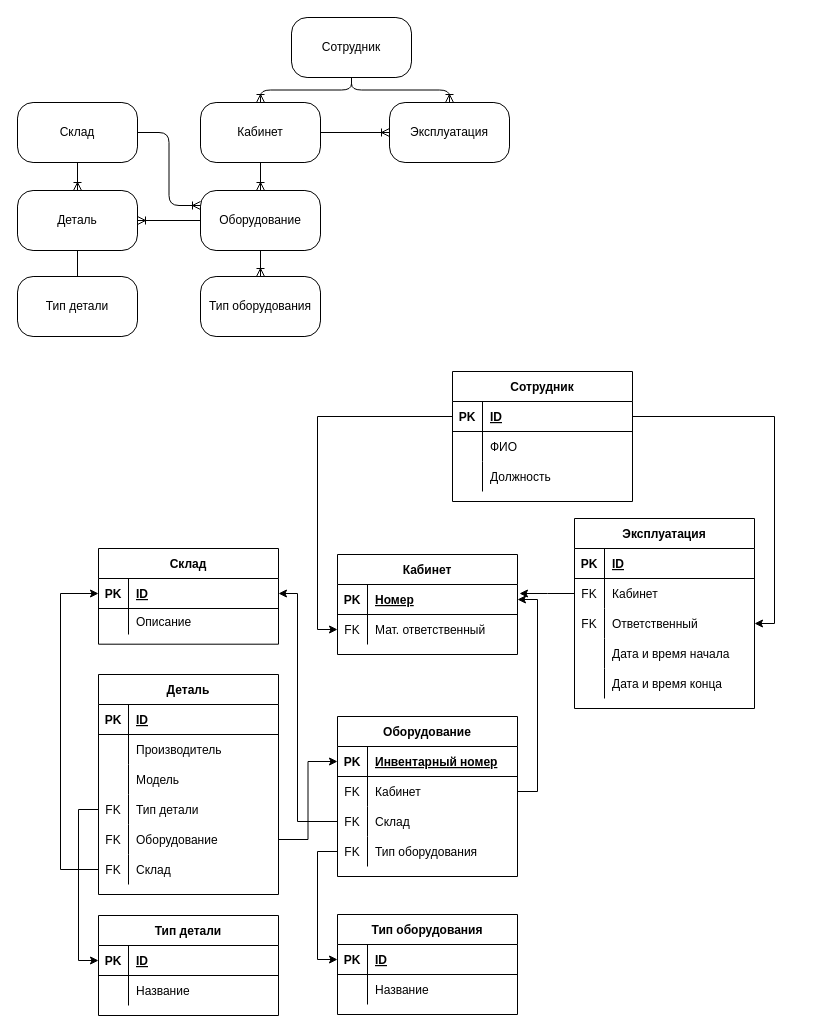
Before: Practice.drawio in psrar/practice, a draw.io diagram. Source tidied: cells renumbered, new cells numbered last; positions are measured from the earlier drawing's top-left corner, leaving out a move shared by most shapes. Both pictures are drawn from the tidied source at 100%, with x=0, y=0 at pixel (17, 17).
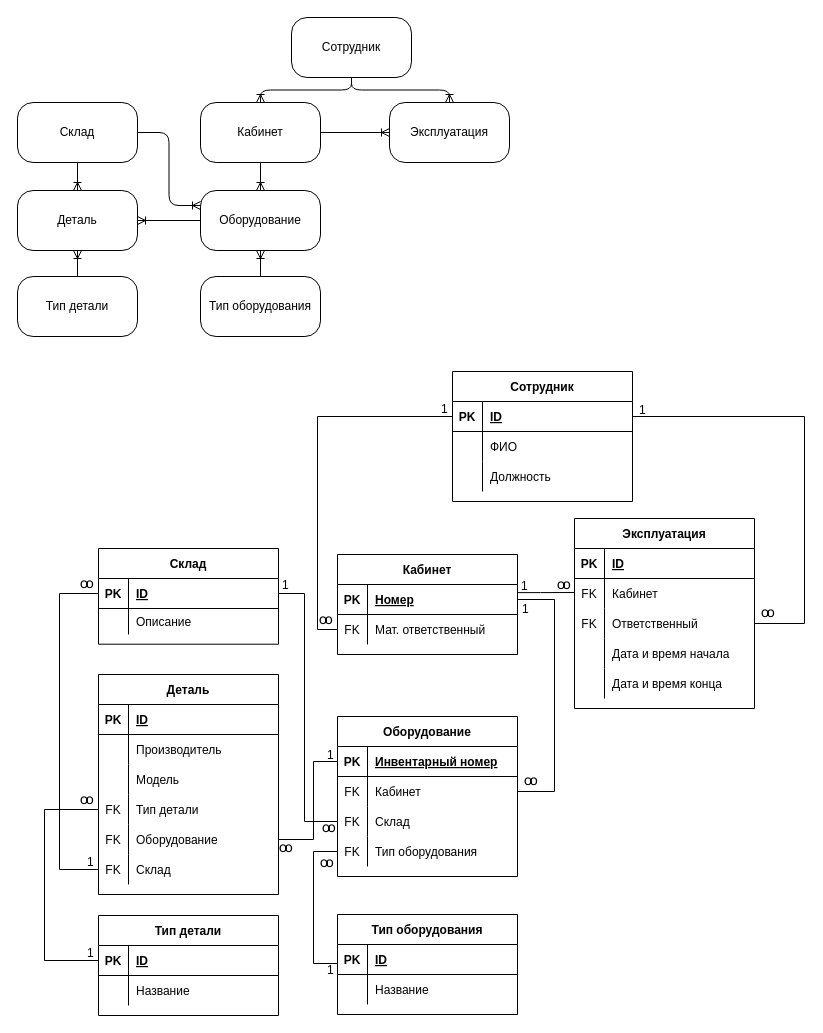
The same page after the edit.

The change refers to these unchanged cells:
```xml
<mxCell id="3" value="Тип оборудования" style="rounded=1;whiteSpace=wrap;html=1;arcSize=26;" parent="1" vertex="1">
  <mxGeometry x="183" y="259" width="120" height="60" as="geometry" />
</mxCell>
<mxCell id="4" value="Оборудование" style="rounded=1;whiteSpace=wrap;html=1;arcSize=26;" parent="1" vertex="1">
  <mxGeometry x="183" y="173" width="120" height="60" as="geometry" />
</mxCell>
<mxCell id="7" value="Деталь" style="rounded=1;whiteSpace=wrap;html=1;arcSize=26;" parent="1" vertex="1">
  <mxGeometry y="173" width="120" height="60" as="geometry" />
</mxCell>
<mxCell id="10" value="Тип детали" style="rounded=1;whiteSpace=wrap;html=1;arcSize=26;" parent="1" vertex="1">
  <mxGeometry y="259" width="120" height="60" as="geometry" />
</mxCell>
<mxCell id="20" style="shape=partialRectangle;fillColor=none;top=0;left=0;bottom=1;right=0;points=[[0,0.5],[1,0.5]];portConstraint=eastwest;" parent="19" vertex="1">
  <mxGeometry y="30" width="180" height="30" as="geometry" />
</mxCell>
<mxCell id="30" style="shape=partialRectangle;fillColor=none;top=0;left=0;bottom=1;right=0;points=[[0,0.5],[1,0.5]];portConstraint=eastwest;" parent="29" vertex="1">
  <mxGeometry y="30" width="180" height="30" as="geometry" />
</mxCell>
<mxCell id="33" style="shape=partialRectangle;fillColor=none;top=0;left=0;bottom=0;right=0;points=[[0,0.5],[1,0.5]];portConstraint=eastwest;" parent="29" vertex="1">
  <mxGeometry y="60" width="180" height="30" as="geometry" />
</mxCell>
<mxCell id="37" style="shape=partialRectangle;fillColor=none;top=0;left=0;bottom=1;right=0;points=[[0,0.5],[1,0.5]];portConstraint=eastwest;" parent="36" vertex="1">
  <mxGeometry y="30" width="180" height="30" as="geometry" />
</mxCell>
<mxCell id="40" style="shape=partialRectangle;fillColor=none;top=0;left=0;bottom=0;right=0;points=[[0,0.5],[1,0.5]];portConstraint=eastwest;" parent="36" vertex="1">
  <mxGeometry y="60" width="180" height="30" as="geometry" />
</mxCell>
<mxCell id="43" style="shape=partialRectangle;fillColor=none;top=0;left=0;bottom=0;right=0;points=[[0,0.5],[1,0.5]];portConstraint=eastwest;" parent="36" vertex="1">
  <mxGeometry y="90" width="180" height="30" as="geometry" />
</mxCell>
<mxCell id="46" style="shape=partialRectangle;fillColor=none;top=0;left=0;bottom=0;right=0;points=[[0,0.5],[1,0.5]];portConstraint=eastwest;" parent="36" vertex="1">
  <mxGeometry y="120" width="180" height="30" as="geometry" />
</mxCell>
<mxCell id="50" style="shape=partialRectangle;fillColor=none;top=0;left=0;bottom=1;right=0;points=[[0,0.5],[1,0.5]];portConstraint=eastwest;" parent="49" vertex="1">
  <mxGeometry y="30" width="180" height="30" as="geometry" />
</mxCell>
<mxCell id="66" style="shape=partialRectangle;fillColor=none;top=0;left=0;bottom=0;right=0;points=[[0,0.5],[1,0.5]];portConstraint=eastwest;" parent="56" vertex="1">
  <mxGeometry y="120" width="180" height="30" as="geometry" />
</mxCell>
<mxCell id="69" style="shape=partialRectangle;fillColor=none;top=0;left=0;bottom=0;right=0;points=[[0,0.5],[1,0.5]];portConstraint=eastwest;" parent="56" vertex="1">
  <mxGeometry y="150" width="180" height="30" as="geometry" />
</mxCell>
<mxCell id="72" style="shape=partialRectangle;fillColor=none;top=0;left=0;bottom=0;right=0;points=[[0,0.5],[1,0.5]];portConstraint=eastwest;" parent="56" vertex="1">
  <mxGeometry y="180" width="180" height="30" as="geometry" />
</mxCell>
<mxCell id="76" style="shape=partialRectangle;fillColor=none;top=0;left=0;bottom=1;right=0;points=[[0,0.5],[1,0.5]];portConstraint=eastwest;" parent="75" vertex="1">
  <mxGeometry y="30" width="180" height="30" as="geometry" />
</mxCell>
<mxCell id="83" style="shape=partialRectangle;fillColor=none;top=0;left=0;bottom=1;right=0;points=[[0,0.5],[1,0.5]];portConstraint=eastwest;" parent="82" vertex="1">
  <mxGeometry y="30" width="180" height="30" as="geometry" />
</mxCell>
<mxCell id="93" style="shape=partialRectangle;fillColor=none;top=0;left=0;bottom=0;right=0;points=[[0,0.5],[1,0.5]];portConstraint=eastwest;" parent="89" vertex="1">
  <mxGeometry y="60" width="180" height="30" as="geometry" />
</mxCell>
<mxCell id="96" style="shape=partialRectangle;fillColor=none;top=0;left=0;bottom=0;right=0;points=[[0,0.5],[1,0.5]];portConstraint=eastwest;" parent="89" vertex="1">
  <mxGeometry y="90" width="180" height="30" as="geometry" />
</mxCell>
```

Change to the diagram source:
```diff
@@
-    <mxCell id="11" style="fontSize=12;html=1;endArrow=ERoneToMany;" parent="1" edge="1" source="4" target="3">
+    <mxCell id="11" style="fontSize=12;html=1;endArrow=ERoneToMany;" parent="1" edge="1" source="3" target="4">
       <mxGeometry relative="1" as="geometry" />
     </mxCell>
@@
-    <mxCell id="17" style="endArrow=none;html=1;rounded=0;" parent="1" edge="1" source="10" target="7">
-      <mxGeometry relative="1" as="geometry" />
-    </mxCell>
@@
+    <mxCell id="17" style="fontSize=12;html=1;endArrow=ERoneToMany;entryX=0.5;entryY=1;entryDx=0;entryDy=0;exitX=0.5;exitY=0;exitDx=0;exitDy=0;" parent="1" edge="1" source="10" target="7">
+      <mxGeometry relative="1" as="geometry" />
+    </mxCell>
-    <mxCell id="105" style="edgeStyle=orthogonalEdgeStyle;rounded=0;jettySize=auto;html=1;exitX=0;exitY=0.5;exitDx=0;exitDy=0;entryX=0;entryY=0.5;entryDx=0;entryDy=0;" parent="1" edge="1" source="20" target="33">
-      <mxGeometry relative="1" as="geometry" />
+    <mxCell id="105" style="endArrow=none;html=1;rounded=0;entryX=0;entryY=0.5;entryDx=0;entryDy=0;edgeStyle=orthogonalEdgeStyle;exitX=0;exitY=0.5;exitDx=0;exitDy=0;" parent="1" edge="1" source="20" target="33">
+      <mxGeometry relative="1" as="geometry">
+        <Array as="points">
+          <mxPoint x="300" y="399" />
+          <mxPoint x="300" y="612" />
+        </Array>
+      </mxGeometry>
     </mxCell>
+    <mxCell id="114" value="1" style="html=1;align=left;verticalAlign=bottom;" parent="105" vertex="1">
+      <mxGeometry x="-1" relative="1" as="geometry">
+        <mxPoint x="-13" y="1" as="offset" />
+      </mxGeometry>
+    </mxCell>
+    <mxCell id="115" value="&lt;font style=&quot;font-size: 14px&quot;&gt;ꚙ&lt;/font&gt;" style="html=1;align=right;verticalAlign=bottom;" parent="105" vertex="1">
+      <mxGeometry x="1" relative="1" as="geometry">
+        <mxPoint x="-4" as="offset" />
+      </mxGeometry>
+    </mxCell>
-    <mxCell id="106" style="edgeStyle=orthogonalEdgeStyle;rounded=0;jettySize=auto;html=1;exitX=1;exitY=0.5;exitDx=0;exitDy=0;entryX=1;entryY=0.5;entryDx=0;entryDy=0;" parent="1" edge="1" source="20" target="96">
-      <mxGeometry relative="1" as="geometry" />
+    <mxCell id="106" style="endArrow=none;html=1;rounded=0;entryX=1;entryY=0.5;entryDx=0;entryDy=0;edgeStyle=orthogonalEdgeStyle;exitX=1;exitY=0.5;exitDx=0;exitDy=0;" parent="1" edge="1" source="20" target="96">
+      <mxGeometry relative="1" as="geometry">
+        <Array as="points">
+          <mxPoint x="787" y="399" />
+          <mxPoint x="787" y="606" />
+        </Array>
+      </mxGeometry>
     </mxCell>
-    <mxCell id="107" style="edgeStyle=orthogonalEdgeStyle;rounded=0;jettySize=auto;html=1;exitX=0;exitY=0.5;exitDx=0;exitDy=0;entryX=0;entryY=0.5;entryDx=0;entryDy=0;" parent="1" edge="1" source="46" target="50">
-      <mxGeometry relative="1" as="geometry" />
-    </mxCell>
-    <mxCell id="108" style="edgeStyle=orthogonalEdgeStyle;rounded=0;jettySize=auto;html=1;exitX=1;exitY=0.5;exitDx=0;exitDy=0;entryX=0;entryY=0.5;entryDx=0;entryDy=0;" parent="1" edge="1" source="69" target="37">
-      <mxGeometry relative="1" as="geometry" />
-    </mxCell>
-    <mxCell id="109" style="edgeStyle=orthogonalEdgeStyle;rounded=0;jettySize=auto;html=1;exitX=0;exitY=0.5;exitDx=0;exitDy=0;entryX=0;entryY=0.5;entryDx=0;entryDy=0;" parent="1" edge="1" source="66" target="76">
-      <mxGeometry relative="1" as="geometry" />
-    </mxCell>
+    <mxCell id="116" value="1" style="html=1;align=left;verticalAlign=bottom;" parent="106" vertex="1">
+      <mxGeometry x="-1" relative="1" as="geometry">
+        <mxPoint x="5" y="2" as="offset" />
+      </mxGeometry>
+    </mxCell>
+    <mxCell id="117" value="&lt;font style=&quot;font-size: 14px&quot;&gt;ꚙ&lt;/font&gt;" style="html=1;align=right;verticalAlign=bottom;" parent="106" vertex="1">
+      <mxGeometry x="1" relative="1" as="geometry">
+        <mxPoint x="21" y="-1" as="offset" />
+      </mxGeometry>
+    </mxCell>
+    <mxCell id="118" style="endArrow=none;html=1;rounded=0;edgeStyle=orthogonalEdgeStyle;exitX=0;exitY=0.5;exitDx=0;exitDy=0;entryX=0;entryY=0.5;entryDx=0;entryDy=0;" parent="1" edge="1" source="76" target="66">
+      <mxGeometry relative="1" as="geometry">
+        <Array as="points">
+          <mxPoint x="27" y="943" />
+          <mxPoint x="27" y="792" />
+        </Array>
+      </mxGeometry>
+    </mxCell>
+    <mxCell id="119" value="1" style="html=1;align=left;verticalAlign=bottom;" parent="118" vertex="1">
+      <mxGeometry x="-1" relative="1" as="geometry">
+        <mxPoint x="-13" y="1" as="offset" />
+      </mxGeometry>
+    </mxCell>
+    <mxCell id="120" value="&lt;font style=&quot;font-size: 14px&quot;&gt;ꚙ&lt;/font&gt;" style="html=1;align=right;verticalAlign=bottom;" parent="118" vertex="1">
+      <mxGeometry x="1" relative="1" as="geometry">
+        <mxPoint x="-4" as="offset" />
+      </mxGeometry>
+    </mxCell>
-    <mxCell id="110" style="edgeStyle=orthogonalEdgeStyle;rounded=0;jettySize=auto;html=1;exitX=0;exitY=0.5;exitDx=0;exitDy=0;entryX=0;entryY=0.5;entryDx=0;entryDy=0;" parent="1" edge="1" source="72" target="83">
+    <mxCell id="110" style="endArrow=none;html=1;rounded=0;edgeStyle=orthogonalEdgeStyle;exitX=0;exitY=0.5;exitDx=0;exitDy=0;entryX=0;entryY=0.5;entryDx=0;entryDy=0;" parent="1" edge="1" source="72" target="83">
       <mxGeometry relative="1" as="geometry">
         <Array as="points">
-          <mxPoint x="43" y="852" />
-          <mxPoint x="43" y="576" />
+          <mxPoint x="42" y="852" />
+          <mxPoint x="42" y="576" />
         </Array>
       </mxGeometry>
     </mxCell>
-    <mxCell id="111" style="edgeStyle=orthogonalEdgeStyle;rounded=0;jettySize=auto;html=1;exitX=0;exitY=0.5;exitDx=0;exitDy=0;" parent="1" edge="1" source="93">
-      <mxGeometry relative="1" as="geometry">
-        <mxPoint x="502" y="576" as="targetPoint" />
-      </mxGeometry>
-    </mxCell>
-    <mxCell id="112" style="edgeStyle=orthogonalEdgeStyle;rounded=0;jettySize=auto;html=1;exitX=0;exitY=0.5;exitDx=0;exitDy=0;entryX=1;entryY=0.5;entryDx=0;entryDy=0;" parent="1" edge="1" source="43" target="83">
-      <mxGeometry relative="1" as="geometry">
-        <Array as="points">
-          <mxPoint x="280" y="804" />
-          <mxPoint x="280" y="576" />
-        </Array>
-      </mxGeometry>
-    </mxCell>
-    <mxCell id="113" style="edgeStyle=orthogonalEdgeStyle;rounded=0;jettySize=auto;html=1;exitX=1;exitY=0.5;exitDx=0;exitDy=0;entryX=1;entryY=0.5;entryDx=0;entryDy=0;" parent="1" edge="1" source="40" target="30">
-      <mxGeometry relative="1" as="geometry" />
-    </mxCell>
+    <mxCell id="121" value="1" style="html=1;align=left;verticalAlign=bottom;" parent="110" vertex="1">
+      <mxGeometry x="-1" relative="1" as="geometry">
+        <mxPoint x="-13" y="1" as="offset" />
+      </mxGeometry>
+    </mxCell>
+    <mxCell id="122" value="&lt;font style=&quot;font-size: 14px&quot;&gt;ꚙ&lt;/font&gt;" style="html=1;align=right;verticalAlign=bottom;" parent="110" vertex="1">
+      <mxGeometry x="1" relative="1" as="geometry">
+        <mxPoint x="-4" as="offset" />
+      </mxGeometry>
+    </mxCell>
+    <mxCell id="123" style="endArrow=none;html=1;rounded=0;entryX=1;entryY=0.5;entryDx=0;entryDy=0;edgeStyle=orthogonalEdgeStyle;exitX=1;exitY=0.5;exitDx=0;exitDy=0;" parent="1" edge="1" source="30" target="40">
+      <mxGeometry relative="1" as="geometry">
+        <Array as="points">
+          <mxPoint x="537" y="582" />
+          <mxPoint x="537" y="774" />
+        </Array>
+      </mxGeometry>
+    </mxCell>
+    <mxCell id="124" value="1" style="html=1;align=left;verticalAlign=bottom;" parent="123" vertex="1">
+      <mxGeometry x="-1" relative="1" as="geometry">
+        <mxPoint x="3" y="18" as="offset" />
+      </mxGeometry>
+    </mxCell>
+    <mxCell id="125" value="&lt;font style=&quot;font-size: 14px&quot;&gt;ꚙ&lt;/font&gt;" style="html=1;align=right;verticalAlign=bottom;" parent="123" vertex="1">
+      <mxGeometry x="1" relative="1" as="geometry">
+        <mxPoint x="21" y="-1" as="offset" />
+      </mxGeometry>
+    </mxCell>
+    <mxCell id="126" style="endArrow=none;html=1;rounded=0;entryX=0;entryY=0.467;entryDx=0;entryDy=0;edgeStyle=orthogonalEdgeStyle;exitX=1;exitY=0.271;exitDx=0;exitDy=0;exitPerimeter=0;entryPerimeter=0;" parent="1" edge="1" source="30" target="93">
+      <mxGeometry relative="1" as="geometry">
+        <Array as="points">
+          <mxPoint x="523" y="575" />
+        </Array>
+      </mxGeometry>
+    </mxCell>
+    <mxCell id="127" value="1" style="html=1;align=left;verticalAlign=bottom;" parent="126" vertex="1">
+      <mxGeometry x="-1" relative="1" as="geometry">
+        <mxPoint x="2" y="2" as="offset" />
+      </mxGeometry>
+    </mxCell>
+    <mxCell id="128" value="&lt;font style=&quot;font-size: 14px&quot;&gt;ꚙ&lt;/font&gt;" style="html=1;align=right;verticalAlign=bottom;" parent="126" vertex="1">
+      <mxGeometry x="1" relative="1" as="geometry">
+        <mxPoint x="-3" y="2" as="offset" />
+      </mxGeometry>
+    </mxCell>
+    <mxCell id="129" style="endArrow=none;html=1;rounded=0;entryX=1;entryY=0.5;entryDx=0;entryDy=0;edgeStyle=orthogonalEdgeStyle;exitX=0;exitY=0.5;exitDx=0;exitDy=0;" parent="1" edge="1" source="37" target="69">
+      <mxGeometry relative="1" as="geometry">
+        <Array as="points">
+          <mxPoint x="296" y="744" />
+          <mxPoint x="296" y="822" />
+        </Array>
+      </mxGeometry>
+    </mxCell>
+    <mxCell id="130" value="1" style="html=1;align=left;verticalAlign=bottom;" parent="129" vertex="1">
+      <mxGeometry x="-1" relative="1" as="geometry">
+        <mxPoint x="-12" y="2" as="offset" />
+      </mxGeometry>
+    </mxCell>
+    <mxCell id="131" value="&lt;font style=&quot;font-size: 14px&quot;&gt;ꚙ&lt;/font&gt;" style="html=1;align=right;verticalAlign=bottom;" parent="129" vertex="1">
+      <mxGeometry x="1" relative="1" as="geometry">
+        <mxPoint x="15" y="18" as="offset" />
+      </mxGeometry>
+    </mxCell>
+    <mxCell id="132" style="endArrow=none;html=1;rounded=0;entryX=0;entryY=0.5;entryDx=0;entryDy=0;edgeStyle=orthogonalEdgeStyle;exitX=1;exitY=0.5;exitDx=0;exitDy=0;" parent="1" edge="1" source="83" target="43">
+      <mxGeometry relative="1" as="geometry">
+        <Array as="points">
+          <mxPoint x="287" y="576" />
+          <mxPoint x="287" y="804" />
+        </Array>
+      </mxGeometry>
+    </mxCell>
+    <mxCell id="133" value="1" style="html=1;align=left;verticalAlign=bottom;" parent="132" vertex="1">
+      <mxGeometry x="-1" relative="1" as="geometry">
+        <mxPoint x="2" as="offset" />
+      </mxGeometry>
+    </mxCell>
+    <mxCell id="134" value="&lt;font style=&quot;font-size: 14px&quot;&gt;ꚙ&lt;/font&gt;" style="html=1;align=right;verticalAlign=bottom;" parent="132" vertex="1">
+      <mxGeometry x="1" relative="1" as="geometry">
+        <mxPoint x="-1" y="16" as="offset" />
+      </mxGeometry>
+    </mxCell>
+    <mxCell id="135" style="endArrow=none;html=1;rounded=0;entryX=0;entryY=0.5;entryDx=0;entryDy=0;edgeStyle=orthogonalEdgeStyle;exitX=0;exitY=0.5;exitDx=0;exitDy=0;" parent="1" edge="1" source="50" target="46">
+      <mxGeometry relative="1" as="geometry">
+        <Array as="points">
+          <mxPoint x="320" y="946" />
+          <mxPoint x="296" y="946" />
+          <mxPoint x="296" y="834" />
+        </Array>
+      </mxGeometry>
+    </mxCell>
+    <mxCell id="136" value="1" style="html=1;align=left;verticalAlign=bottom;" parent="135" vertex="1">
+      <mxGeometry x="-1" relative="1" as="geometry">
+        <mxPoint x="-12" y="19" as="offset" />
+      </mxGeometry>
+    </mxCell>
+    <mxCell id="137" value="&lt;font style=&quot;font-size: 14px&quot;&gt;ꚙ&lt;/font&gt;" style="html=1;align=right;verticalAlign=bottom;" parent="135" vertex="1">
+      <mxGeometry x="1" relative="1" as="geometry">
+        <mxPoint x="-3" y="21" as="offset" />
+      </mxGeometry>
+    </mxCell>
```
